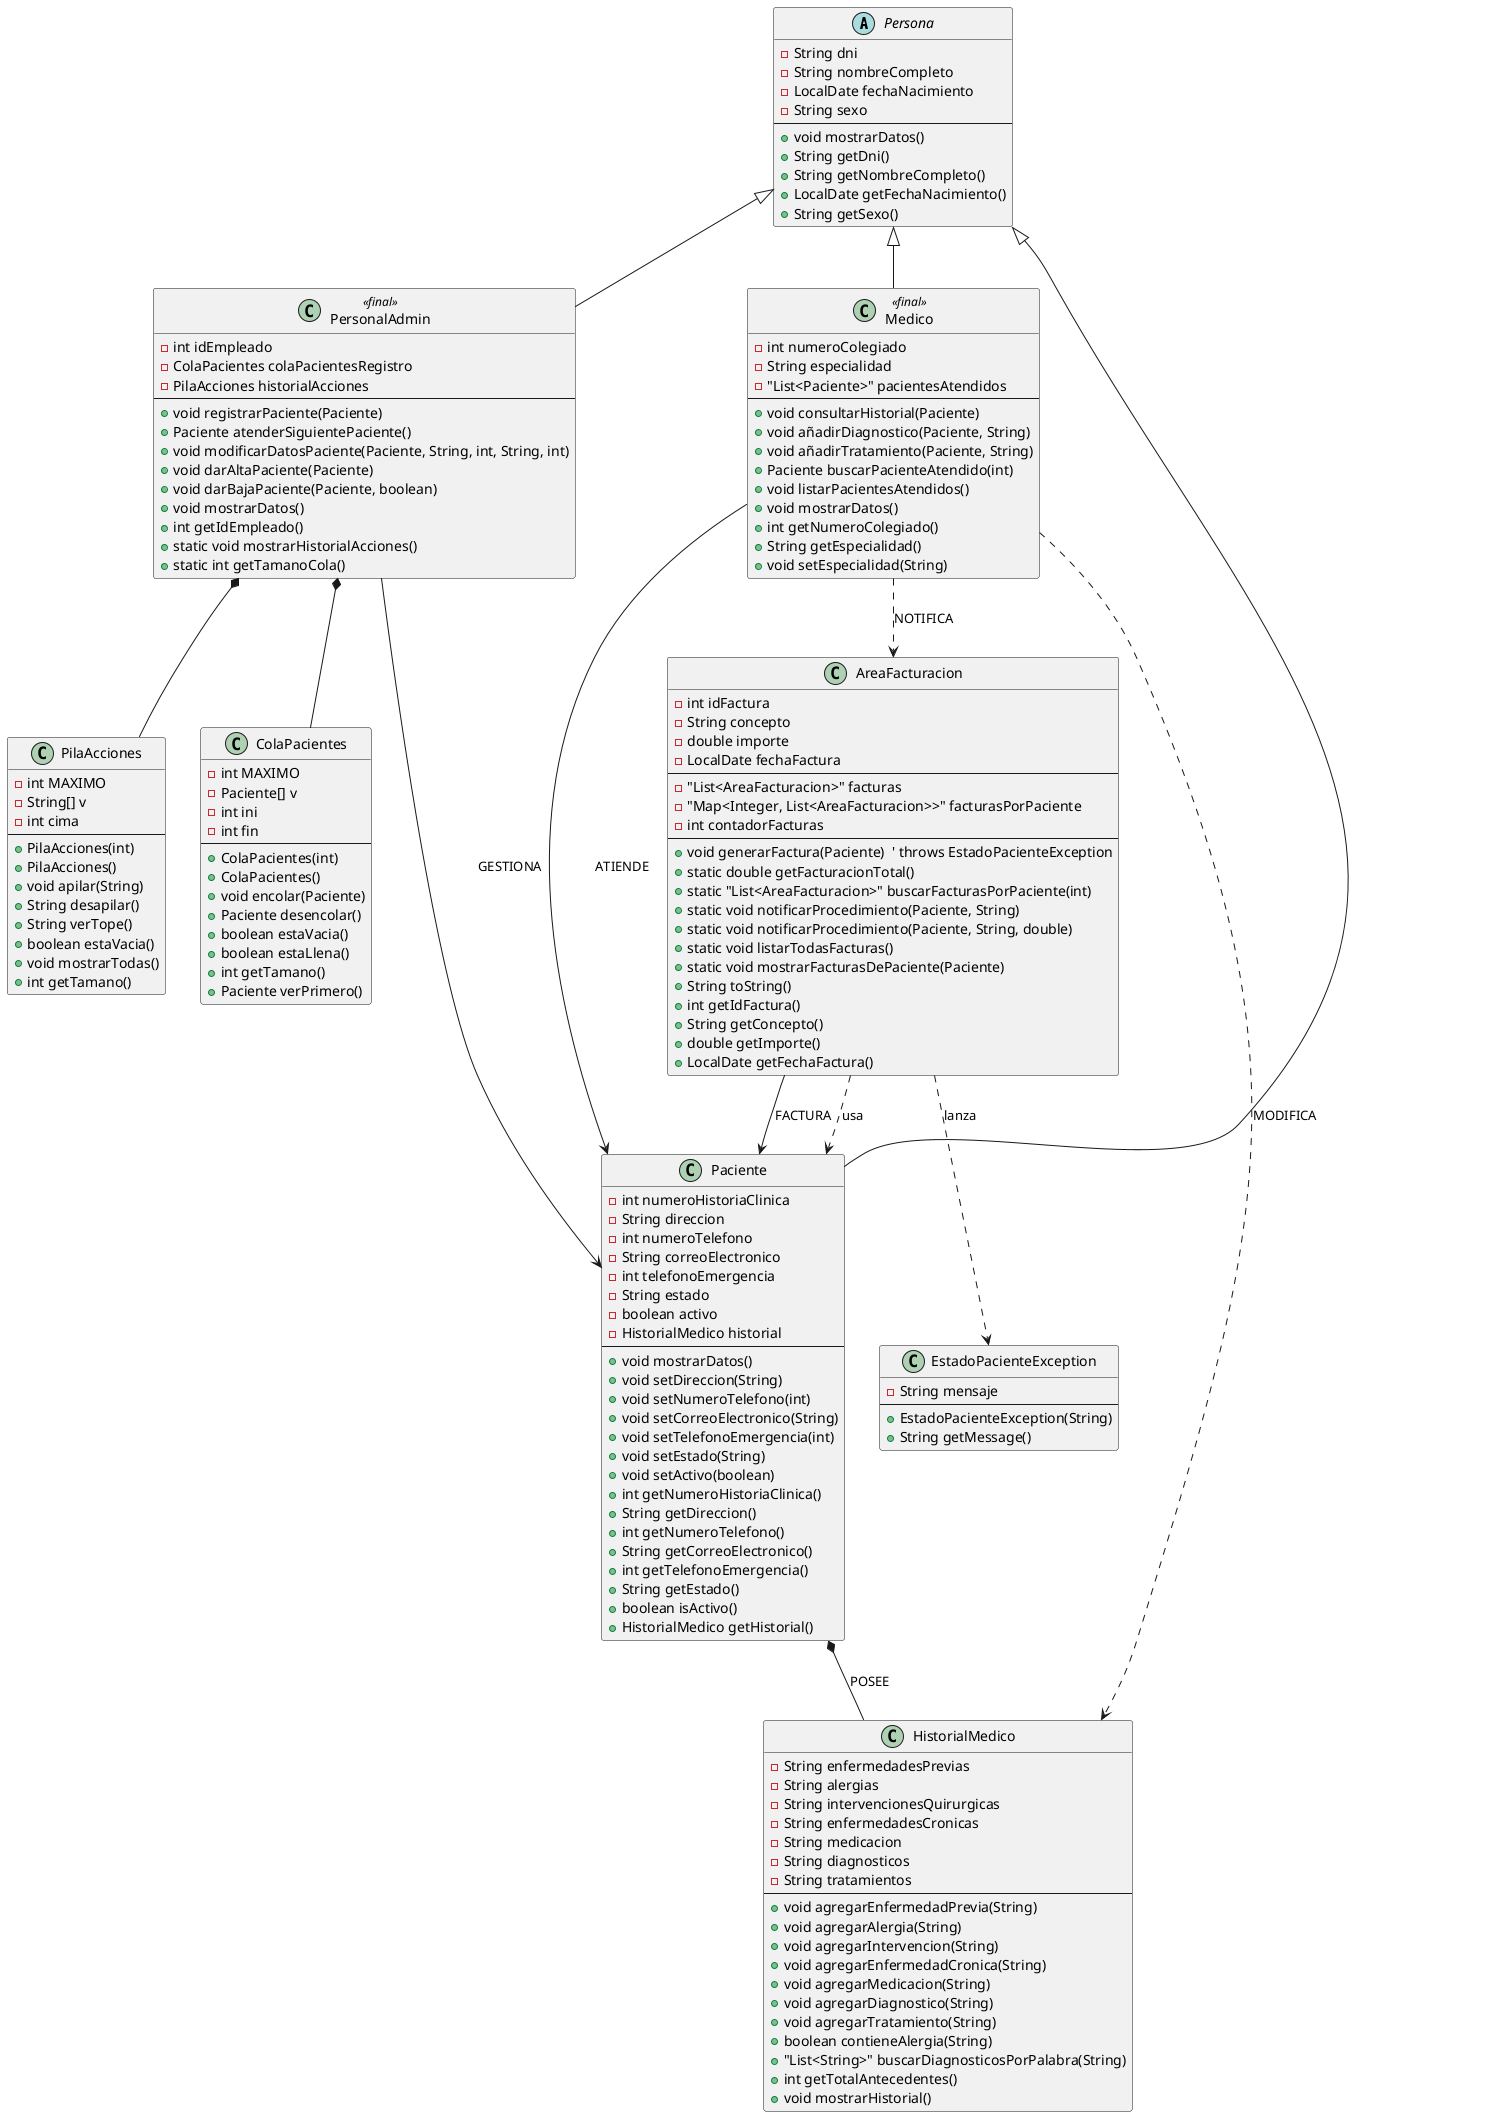
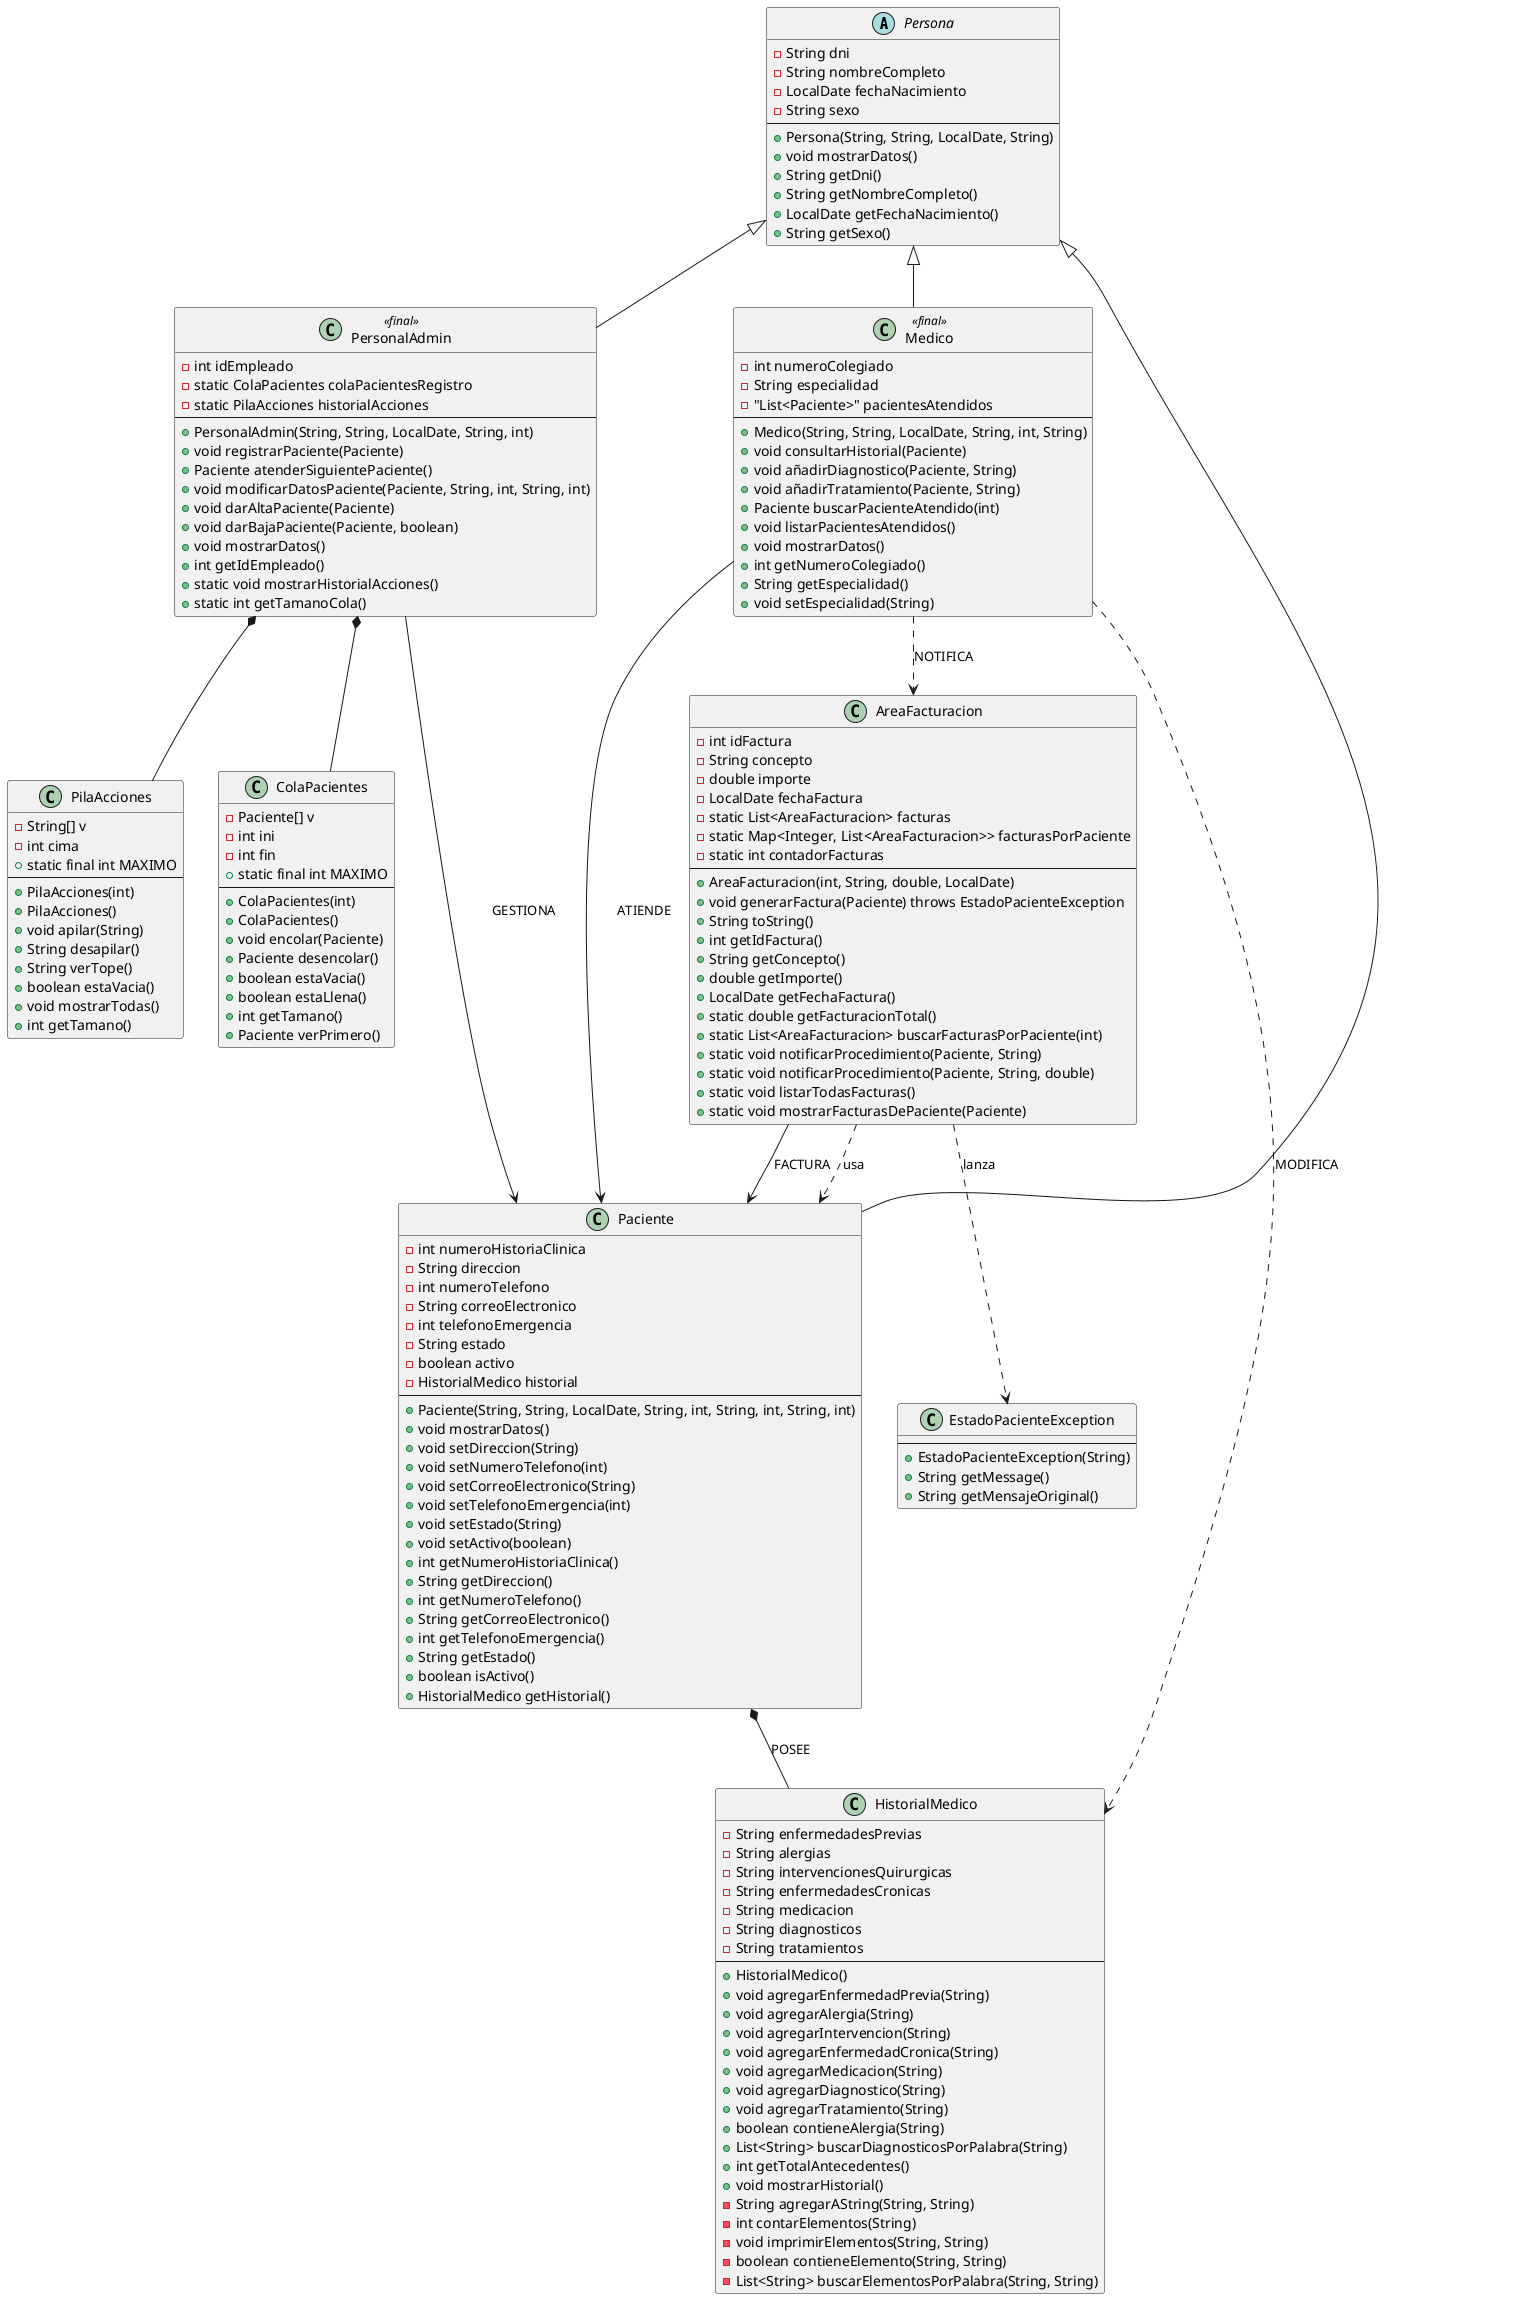
@startuml

' Clase Abstracta Persona

abstract class Persona {
    - String dni
    - String nombreCompleto
    - LocalDate fechaNacimiento
    - String sexo
    --
+     + Persona(String, String, LocalDate, String)
    + void mostrarDatos()
    + String getDni()
    + String getNombreCompleto()
    + LocalDate getFechaNacimiento()
    + String getSexo()
}

' Clase PersonalAdmin

class PersonalAdmin <<final>> {
    - int idEmpleado
-     - ColaPacientes colaPacientesRegistro
-     - PilaAcciones historialAcciones
-     --
+     - static ColaPacientes colaPacientesRegistro
+     - static PilaAcciones historialAcciones
+     --
+     + PersonalAdmin(String, String, LocalDate, String, int)
    + void registrarPaciente(Paciente)
    + Paciente atenderSiguientePaciente()
    + void modificarDatosPaciente(Paciente, String, int, String, int)
    + void darAltaPaciente(Paciente)
    + void darBajaPaciente(Paciente, boolean)
    + void mostrarDatos()
    + int getIdEmpleado()
    + static void mostrarHistorialAcciones()
    + static int getTamanoCola()
}

' Clase Interna Pila

class PilaAcciones {
-     - int MAXIMO
    - String[] v
    - int cima
+     + static final int MAXIMO
    --
    + PilaAcciones(int)
    + PilaAcciones()
    + void apilar(String)
    + String desapilar()
    + String verTope()
    + boolean estaVacia()
    + void mostrarTodas()
    + int getTamano()
}

 ' Clase Interna Cola

class ColaPacientes {
-     - int MAXIMO
    - Paciente[] v
    - int ini
    - int fin
+     + static final int MAXIMO
    --
    + ColaPacientes(int)
    + ColaPacientes()
    + void encolar(Paciente)
    + Paciente desencolar()
    + boolean estaVacia()
    + boolean estaLlena()
    + int getTamano()
    + Paciente verPrimero()
}

' Clase Medico

class Medico <<final>> {
    - int numeroColegiado
    - String especialidad
    - "List<Paciente>" pacientesAtendidos
    --
+     + Medico(String, String, LocalDate, String, int, String)
    + void consultarHistorial(Paciente)
    + void añadirDiagnostico(Paciente, String)
    + void añadirTratamiento(Paciente, String)
    + Paciente buscarPacienteAtendido(int)
    + void listarPacientesAtendidos()
    + void mostrarDatos()
    + int getNumeroColegiado()
    + String getEspecialidad()
    + void setEspecialidad(String)
}

' Clase Paciente

class Paciente {
    - int numeroHistoriaClinica
    - String direccion
    - int numeroTelefono
    - String correoElectronico
    - int telefonoEmergencia
    - String estado
    - boolean activo
    - HistorialMedico historial
    --
+     + Paciente(String, String, LocalDate, String, int, String, int, String, int)
    + void mostrarDatos()
    + void setDireccion(String)
    + void setNumeroTelefono(int)
    + void setCorreoElectronico(String)
    + void setTelefonoEmergencia(int)
    + void setEstado(String)
    + void setActivo(boolean)
    + int getNumeroHistoriaClinica()
    + String getDireccion()
    + int getNumeroTelefono()
    + String getCorreoElectronico()
    + int getTelefonoEmergencia()
    + String getEstado()
    + boolean isActivo()
    + HistorialMedico getHistorial()
}

' Clase Historial

class HistorialMedico {
    - String enfermedadesPrevias
    - String alergias
    - String intervencionesQuirurgicas
    - String enfermedadesCronicas
    - String medicacion
    - String diagnosticos
    - String tratamientos
    --
+     + HistorialMedico()
    + void agregarEnfermedadPrevia(String)
    + void agregarAlergia(String)
    + void agregarIntervencion(String)
    + void agregarEnfermedadCronica(String)
    + void agregarMedicacion(String)
    + void agregarDiagnostico(String)
    + void agregarTratamiento(String)
    + boolean contieneAlergia(String)
-     + "List<String>" buscarDiagnosticosPorPalabra(String)
+     + List<String> buscarDiagnosticosPorPalabra(String)
    + int getTotalAntecedentes()
    + void mostrarHistorial()
+     - String agregarAString(String, String)
+     - int contarElementos(String)
+     - void imprimirElementos(String, String)
+     - boolean contieneElemento(String, String)
+     - List<String> buscarElementosPorPalabra(String, String)
}

' Clase AreaFacturacion

class AreaFacturacion {
    - int idFactura
    - String concepto
    - double importe
    - LocalDate fechaFactura
-     --
-     - "List<AreaFacturacion>" facturas
-     - "Map<Integer, List<AreaFacturacion>>" facturasPorPaciente
-     - int contadorFacturas
-     --
-     + void generarFactura(Paciente)  ' throws EstadoPacienteException
-     + static double getFacturacionTotal()
-     + static "List<AreaFacturacion>" buscarFacturasPorPaciente(int)
-     + static void notificarProcedimiento(Paciente, String)
-     + static void notificarProcedimiento(Paciente, String, double)
-     + static void listarTodasFacturas()
-     + static void mostrarFacturasDePaciente(Paciente)
+     - static List<AreaFacturacion> facturas
+     - static Map<Integer, List<AreaFacturacion>> facturasPorPaciente
+     - static int contadorFacturas
+     --
+     + AreaFacturacion(int, String, double, LocalDate)
+     + void generarFactura(Paciente) throws EstadoPacienteException
    + String toString()
    + int getIdFactura()
    + String getConcepto()
    + double getImporte()
    + LocalDate getFechaFactura()
+     + static double getFacturacionTotal()
+     + static List<AreaFacturacion> buscarFacturasPorPaciente(int)
+     + static void notificarProcedimiento(Paciente, String)
+     + static void notificarProcedimiento(Paciente, String, double)
+     + static void listarTodasFacturas()
+     + static void mostrarFacturasDePaciente(Paciente)
}

' Excepcion Personalizada (Clase Separada)

class EstadoPacienteException {
-     - String mensaje
    --
    + EstadoPacienteException(String)
    + String getMessage()
+     + String getMensajeOriginal()
}

' Herencias

Persona <|-- PersonalAdmin
Persona <|-- Medico
Persona <|-- Paciente

' Composiciones

Paciente *-- HistorialMedico : POSEE
PersonalAdmin *-- PilaAcciones
PersonalAdmin *-- ColaPacientes

' Asociaciones

PersonalAdmin --> Paciente : GESTIONA
Medico --> Paciente : ATIENDE
AreaFacturacion --> Paciente : FACTURA

' Dependencias

Medico ..> HistorialMedico : MODIFICA
Medico ..> AreaFacturacion : NOTIFICA
AreaFacturacion ..> EstadoPacienteException : lanza
AreaFacturacion ..> Paciente : usa

@enduml
